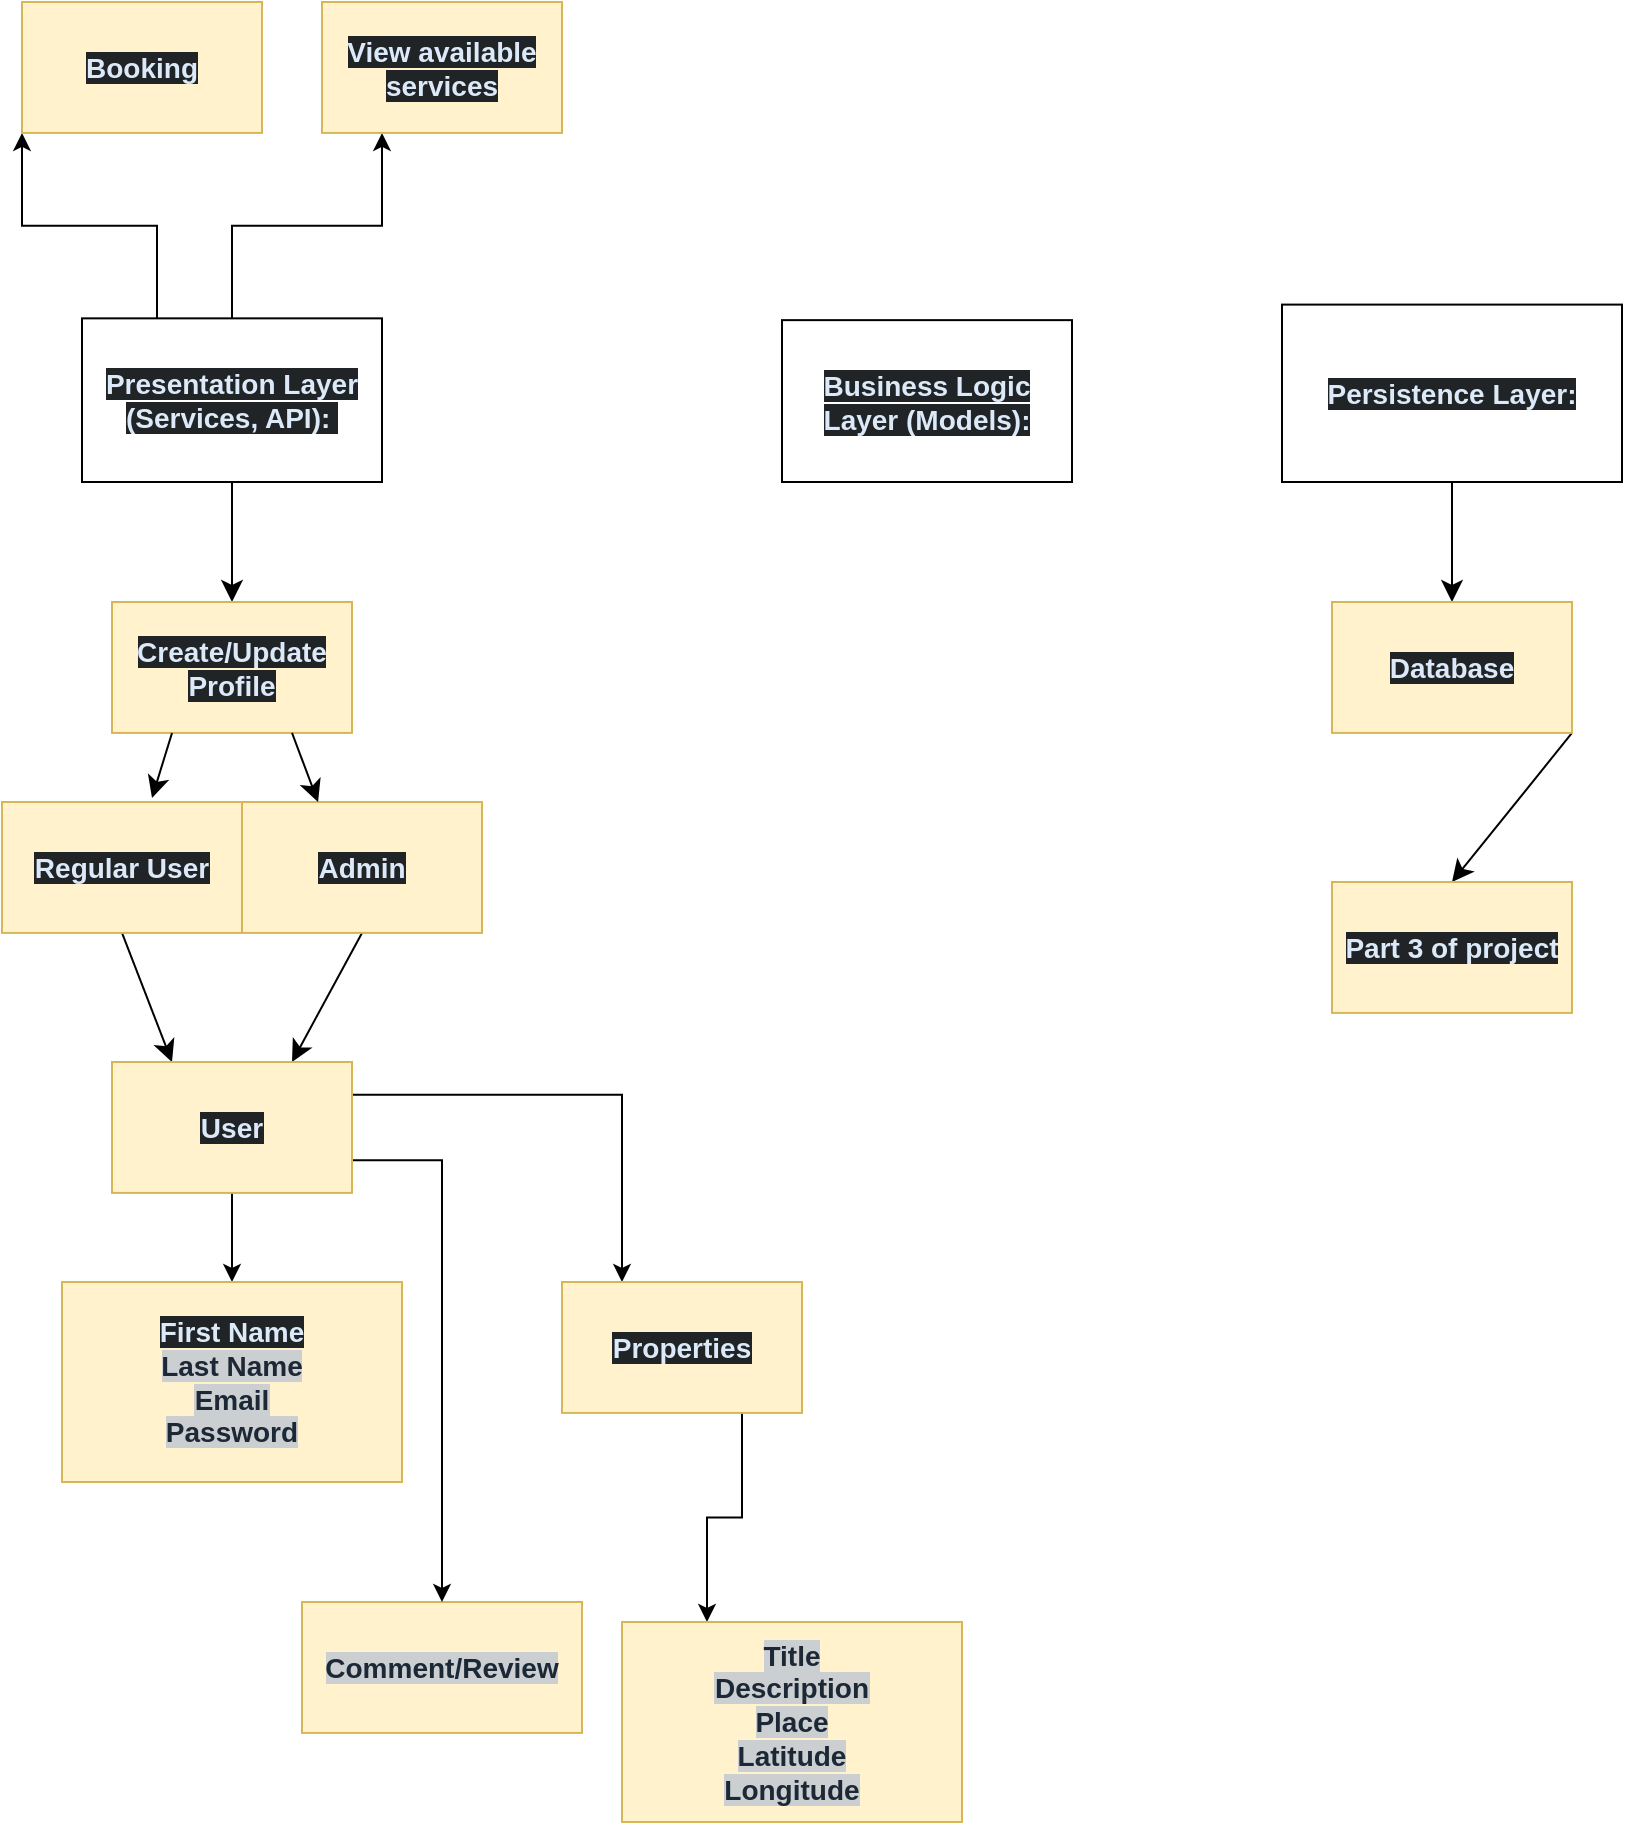
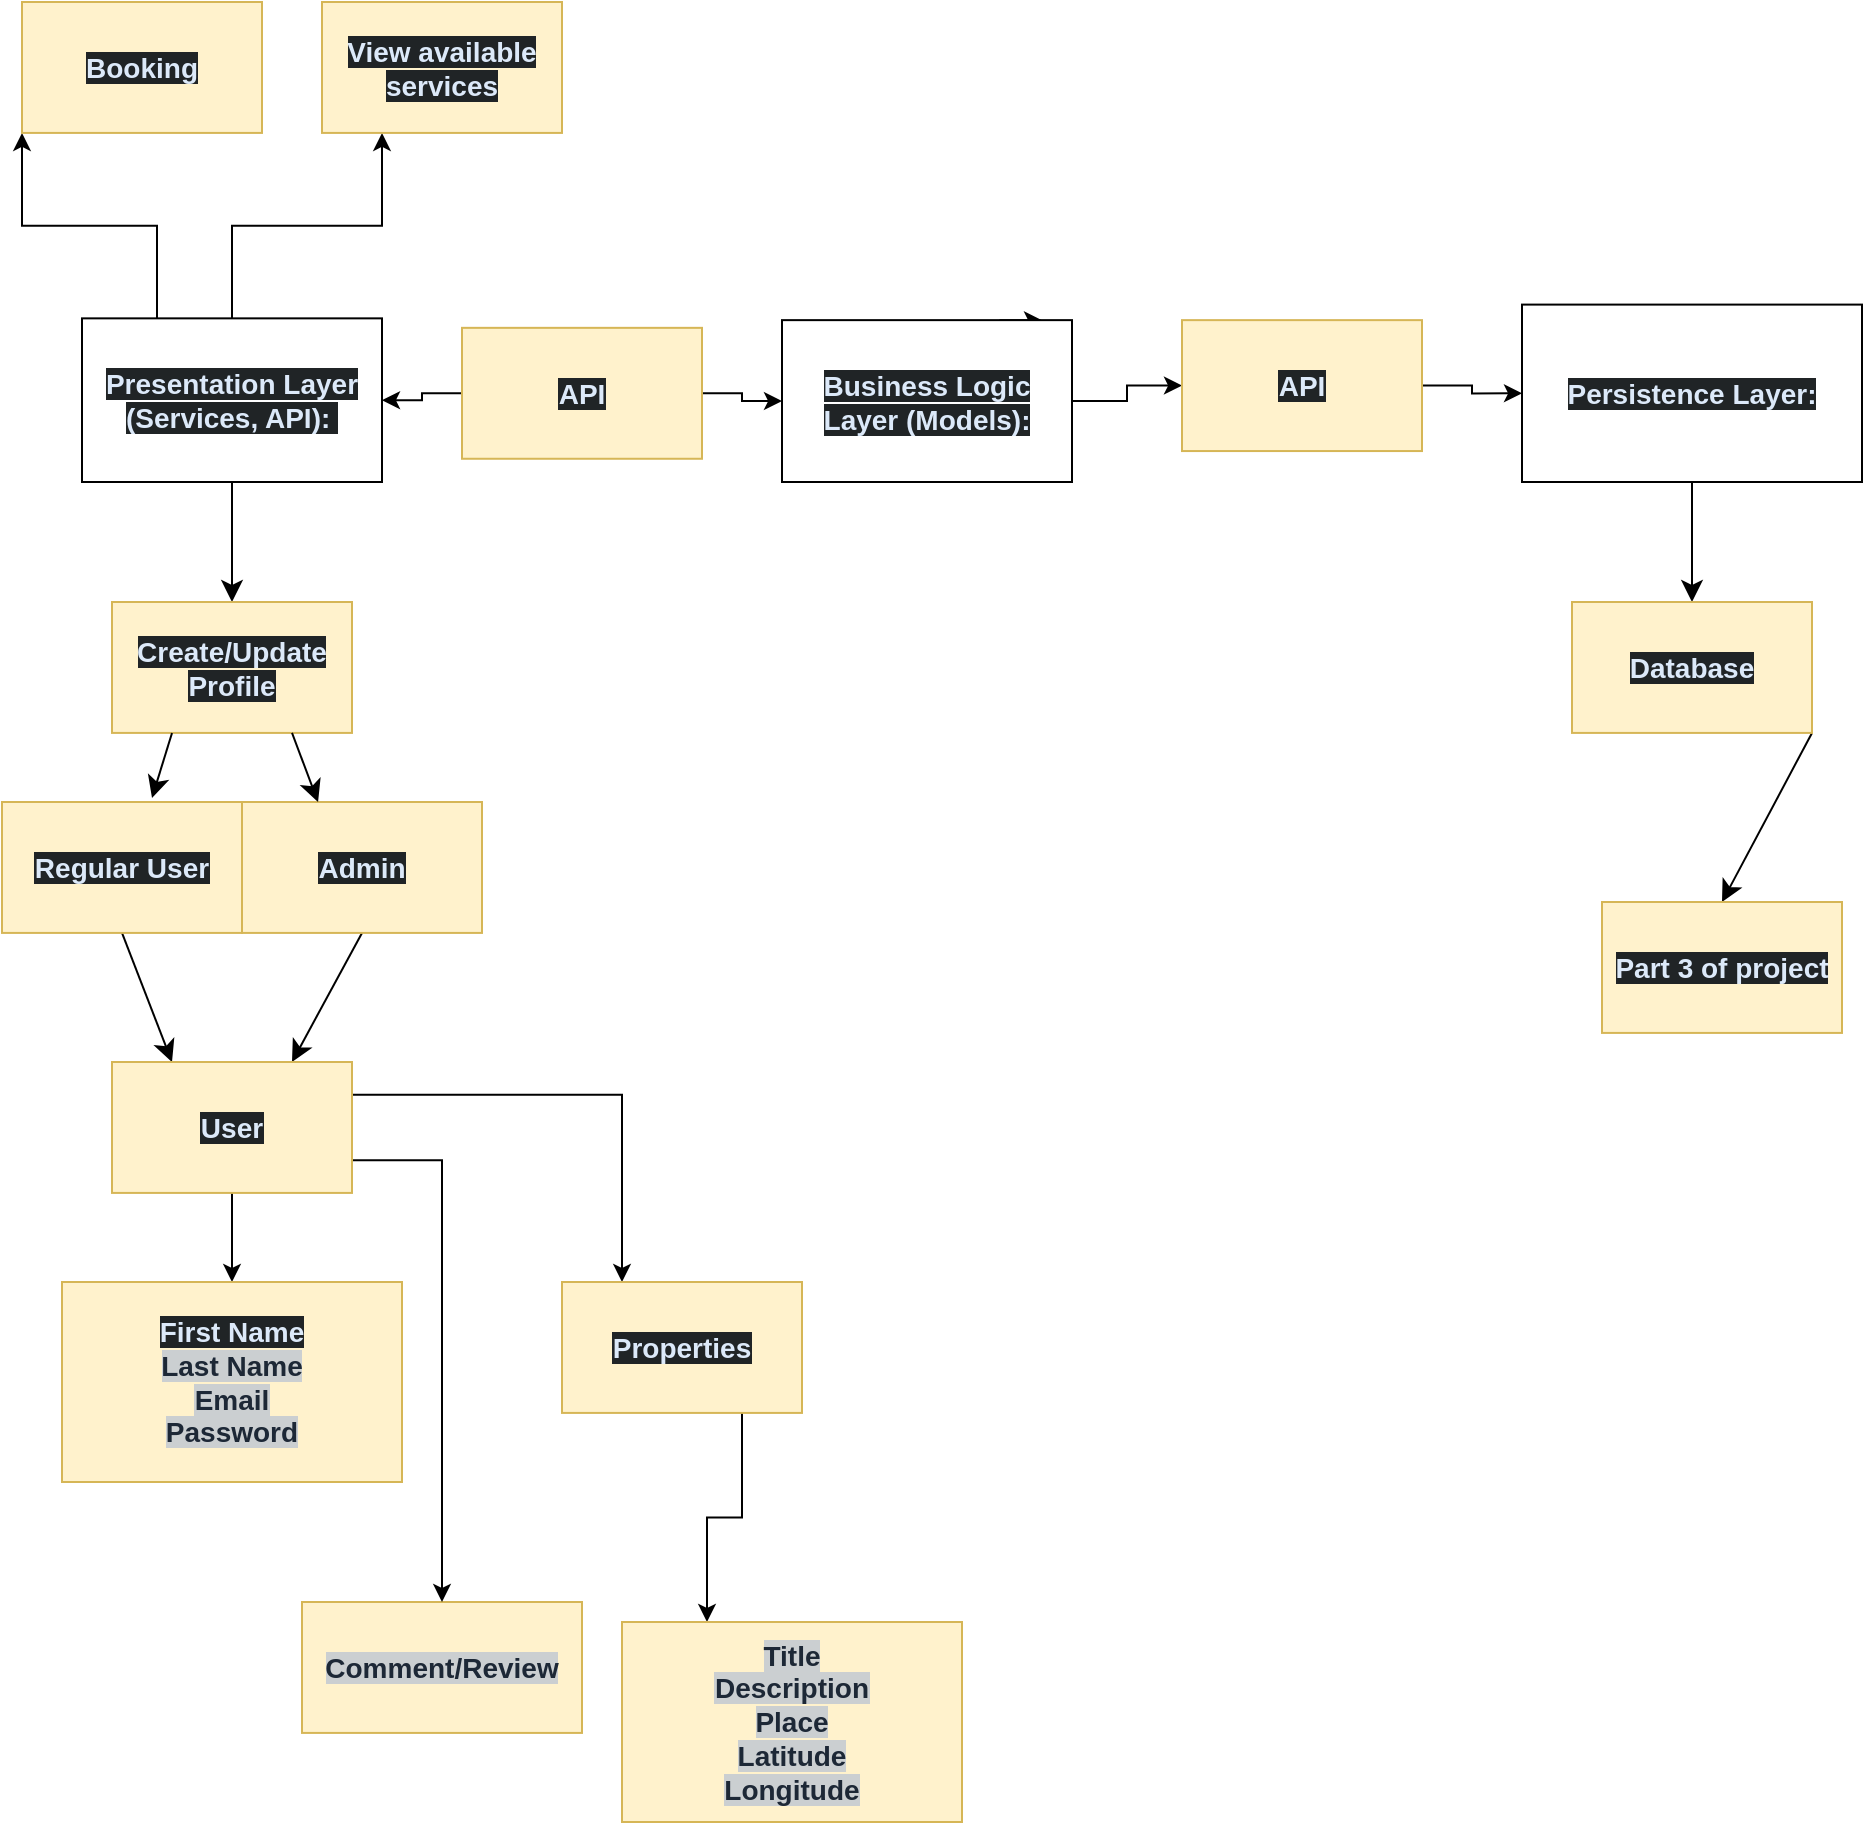
<mxfile host="app.diagrams.net">
  <diagram name="Page-1" id="-YqvBdWR7zro55ob8_1u">
    <mxGraphModel dx="1414" dy="795" grid="1" gridSize="10" guides="1" tooltips="1" connect="1" arrows="1" fold="1" page="1" pageScale="1" pageWidth="850" pageHeight="1100" math="0" shadow="0">
      <root>
        <mxCell id="0" />
        <mxCell id="1" parent="0" />
        <mxCell id="knfjWByLyRWuwcYY4K55-11" edge="1" parent="1" source="hUDn5ZNKDxH-Q9J3WyCt-1" style="edgeStyle=none;curved=1;rounded=0;orthogonalLoop=1;jettySize=auto;html=1;exitX=0.5;exitY=1;exitDx=0;exitDy=0;fontSize=12;startSize=8;endSize=8;" target="knfjWByLyRWuwcYY4K55-1">
          <mxGeometry relative="1" as="geometry" />
        </mxCell>
        <mxCell id="nrL1aRvaP8A3k5mvhdIb-1" edge="1" parent="1" source="hUDn5ZNKDxH-Q9J3WyCt-1" style="edgeStyle=orthogonalEdgeStyle;rounded=0;orthogonalLoop=1;jettySize=auto;html=1;exitX=0.25;exitY=0;exitDx=0;exitDy=0;entryX=0;entryY=1;entryDx=0;entryDy=0;" target="nDmQYND_-jVZAFU5oeKq-2">
          <mxGeometry relative="1" as="geometry" />
        </mxCell>
        <mxCell id="nrL1aRvaP8A3k5mvhdIb-2" edge="1" parent="1" source="hUDn5ZNKDxH-Q9J3WyCt-1" style="edgeStyle=orthogonalEdgeStyle;rounded=0;orthogonalLoop=1;jettySize=auto;html=1;exitX=0.5;exitY=0;exitDx=0;exitDy=0;entryX=0.25;entryY=1;entryDx=0;entryDy=0;" target="nDmQYND_-jVZAFU5oeKq-3">
          <mxGeometry relative="1" as="geometry" />
        </mxCell>
        <mxCell id="hUDn5ZNKDxH-Q9J3WyCt-1" parent="1" style="rounded=0;whiteSpace=wrap;html=1;" value="&lt;strong style=&quot;box-sizing: border-box; font-weight: bold; scrollbar-color: rgb(95, 99, 104) rgb(49, 54, 60); color: rgb(220, 233, 249); font-family: aktiv-grotesk, sans-serif; font-size: 14px; text-align: start; background-color: rgb(32, 36, 38);&quot;&gt;Presentation Layer (Services, API):&lt;/strong&gt;&lt;span style=&quot;color: rgb(220, 233, 249); font-family: aktiv-grotesk, sans-serif; font-size: 14px; text-align: start; background-color: rgb(32, 36, 38);&quot;&gt;&amp;nbsp;&lt;/span&gt;" vertex="1">
          <mxGeometry height="81.82" width="150" x="40" y="258.18" as="geometry" />
        </mxCell>
+         <mxCell id="nrL1aRvaP8A3k5mvhdIb-28" edge="1" parent="1" source="hUDn5ZNKDxH-Q9J3WyCt-2" style="edgeStyle=orthogonalEdgeStyle;rounded=0;orthogonalLoop=1;jettySize=auto;html=1;exitX=0.75;exitY=0;exitDx=0;exitDy=0;">
+           <mxGeometry relative="1" as="geometry">
+             <mxPoint x="520" y="259" as="targetPoint" />
+           </mxGeometry>
+         </mxCell>
+         <mxCell id="nrL1aRvaP8A3k5mvhdIb-29" edge="1" parent="1" source="hUDn5ZNKDxH-Q9J3WyCt-2" style="edgeStyle=orthogonalEdgeStyle;rounded=0;orthogonalLoop=1;jettySize=auto;html=1;exitX=1;exitY=0.5;exitDx=0;exitDy=0;entryX=0;entryY=0.5;entryDx=0;entryDy=0;" target="nrL1aRvaP8A3k5mvhdIb-25">
+           <mxGeometry relative="1" as="geometry" />
+         </mxCell>
        <mxCell id="hUDn5ZNKDxH-Q9J3WyCt-2" parent="1" style="rounded=0;whiteSpace=wrap;html=1;" value="&lt;strong style=&quot;box-sizing: border-box; font-weight: bold; scrollbar-color: rgb(95, 99, 104) rgb(49, 54, 60); color: rgb(220, 233, 249); font-family: aktiv-grotesk, sans-serif; font-size: 14px; text-align: start; background-color: rgb(32, 36, 38);&quot;&gt;Business Logic Layer (Models):&lt;/strong&gt;" vertex="1">
          <mxGeometry height="80.93" width="145" x="390" y="259.07" as="geometry" />
        </mxCell>
        <mxCell id="knfjWByLyRWuwcYY4K55-10" edge="1" parent="1" source="hUDn5ZNKDxH-Q9J3WyCt-3" style="edgeStyle=none;curved=1;rounded=0;orthogonalLoop=1;jettySize=auto;html=1;exitX=0.5;exitY=1;exitDx=0;exitDy=0;entryX=0.5;entryY=0;entryDx=0;entryDy=0;fontSize=12;startSize=8;endSize=8;" target="knfjWByLyRWuwcYY4K55-9">
          <mxGeometry relative="1" as="geometry" />
        </mxCell>
        <mxCell id="hUDn5ZNKDxH-Q9J3WyCt-3" parent="1" style="rounded=0;whiteSpace=wrap;html=1;" value="&lt;strong style=&quot;box-sizing: border-box; font-weight: bold; scrollbar-color: rgb(95, 99, 104) rgb(49, 54, 60); color: rgb(220, 233, 249); font-family: aktiv-grotesk, sans-serif; font-size: 14px; text-align: start; background-color: rgb(32, 36, 38);&quot;&gt;Persistence Layer:&lt;/strong&gt;" vertex="1">
-           <mxGeometry height="88.7" width="170" x="640" y="251.3" as="geometry" />
+           <mxGeometry height="88.7" width="170" x="760" y="251.3" as="geometry" />
        </mxCell>
        <mxCell id="nDmQYND_-jVZAFU5oeKq-2" parent="1" style="rounded=0;whiteSpace=wrap;html=1;fillColor=#fff2cc;strokeColor=#d6b656;" value="&lt;div style=&quot;text-align: start;&quot;&gt;&lt;font color=&quot;#dce9f9&quot; face=&quot;aktiv-grotesk, sans-serif&quot;&gt;&lt;span style=&quot;font-size: 14px; background-color: rgb(32, 36, 38);&quot;&gt;&lt;b&gt;Booking&lt;/b&gt;&lt;/span&gt;&lt;/font&gt;&lt;/div&gt;" vertex="1">
          <mxGeometry height="65.46" width="120" x="10" y="100" as="geometry" />
        </mxCell>
        <mxCell id="nDmQYND_-jVZAFU5oeKq-3" parent="1" style="rounded=0;whiteSpace=wrap;html=1;align=center;fillColor=#fff2cc;strokeColor=#d6b656;" value="&lt;div style=&quot;&quot;&gt;&lt;font color=&quot;#dce9f9&quot; face=&quot;aktiv-grotesk, sans-serif&quot;&gt;&lt;span style=&quot;font-size: 14px; background-color: rgb(32, 36, 38);&quot;&gt;&lt;b&gt;View available services&lt;/b&gt;&lt;/span&gt;&lt;/font&gt;&lt;/div&gt;" vertex="1">
          <mxGeometry height="65.46" width="120" x="160" y="100.00000000000003" as="geometry" />
        </mxCell>
        <mxCell id="nDmQYND_-jVZAFU5oeKq-4" parent="1" style="rounded=0;whiteSpace=wrap;html=1;align=center;fillColor=#fff2cc;strokeColor=#d6b656;" value="&lt;div style=&quot;&quot;&gt;&lt;font color=&quot;#1d2836&quot; face=&quot;aktiv-grotesk, sans-serif&quot;&gt;&lt;span style=&quot;font-size: 14px; background-color: rgb(203, 207, 209);&quot;&gt;&lt;b&gt;Comment/Review&lt;/b&gt;&lt;/span&gt;&lt;/font&gt;&lt;/div&gt;" vertex="1">
          <mxGeometry height="65.46" width="140" x="150" y="900" as="geometry" />
        </mxCell>
        <mxCell id="knfjWByLyRWuwcYY4K55-1" parent="1" style="rounded=0;whiteSpace=wrap;html=1;align=center;fillColor=#fff2cc;strokeColor=#d6b656;" value="&lt;div style=&quot;&quot;&gt;&lt;font color=&quot;#dce9f9&quot; face=&quot;aktiv-grotesk, sans-serif&quot;&gt;&lt;span style=&quot;font-size: 14px; background-color: rgb(32, 36, 38);&quot;&gt;&lt;b&gt;Create/Update Profile&lt;/b&gt;&lt;/span&gt;&lt;/font&gt;&lt;/div&gt;" vertex="1">
          <mxGeometry height="65.46" width="120" x="55" y="400" as="geometry" />
        </mxCell>
        <mxCell id="knfjWByLyRWuwcYY4K55-12" edge="1" parent="1" source="knfjWByLyRWuwcYY4K55-3" style="edgeStyle=none;curved=1;rounded=0;orthogonalLoop=1;jettySize=auto;html=1;exitX=0.5;exitY=1;exitDx=0;exitDy=0;entryX=0.25;entryY=0;entryDx=0;entryDy=0;fontSize=12;startSize=8;endSize=8;" target="knfjWByLyRWuwcYY4K55-7">
          <mxGeometry relative="1" as="geometry" />
        </mxCell>
        <mxCell id="knfjWByLyRWuwcYY4K55-3" parent="1" style="rounded=0;whiteSpace=wrap;html=1;align=center;fillColor=#fff2cc;strokeColor=#d6b656;" value="&lt;div style=&quot;&quot;&gt;&lt;font color=&quot;#dce9f9&quot; face=&quot;aktiv-grotesk, sans-serif&quot;&gt;&lt;span style=&quot;font-size: 14px; background-color: rgb(32, 36, 38);&quot;&gt;&lt;b&gt;Regular User&lt;/b&gt;&lt;/span&gt;&lt;/font&gt;&lt;/div&gt;" vertex="1">
          <mxGeometry height="65.46" width="120" y="500" as="geometry" />
        </mxCell>
        <mxCell id="knfjWByLyRWuwcYY4K55-13" edge="1" parent="1" source="knfjWByLyRWuwcYY4K55-4" style="edgeStyle=none;curved=1;rounded=0;orthogonalLoop=1;jettySize=auto;html=1;exitX=0.5;exitY=1;exitDx=0;exitDy=0;entryX=0.75;entryY=0;entryDx=0;entryDy=0;fontSize=12;startSize=8;endSize=8;" target="knfjWByLyRWuwcYY4K55-7">
          <mxGeometry relative="1" as="geometry" />
        </mxCell>
        <mxCell id="knfjWByLyRWuwcYY4K55-4" parent="1" style="rounded=0;whiteSpace=wrap;html=1;align=center;fillColor=#fff2cc;strokeColor=#d6b656;" value="&lt;div style=&quot;&quot;&gt;&lt;font color=&quot;#dce9f9&quot; face=&quot;aktiv-grotesk, sans-serif&quot;&gt;&lt;span style=&quot;font-size: 14px; background-color: rgb(32, 36, 38);&quot;&gt;&lt;b&gt;Admin&lt;/b&gt;&lt;/span&gt;&lt;/font&gt;&lt;/div&gt;" vertex="1">
          <mxGeometry height="65.46" width="120" x="120" y="500" as="geometry" />
        </mxCell>
        <mxCell id="knfjWByLyRWuwcYY4K55-5" edge="1" parent="1" source="knfjWByLyRWuwcYY4K55-1" style="edgeStyle=none;curved=1;rounded=0;orthogonalLoop=1;jettySize=auto;html=1;exitX=0.25;exitY=1;exitDx=0;exitDy=0;entryX=0.625;entryY=-0.031;entryDx=0;entryDy=0;entryPerimeter=0;fontSize=12;startSize=8;endSize=8;" target="knfjWByLyRWuwcYY4K55-3">
          <mxGeometry relative="1" as="geometry" />
        </mxCell>
        <mxCell id="knfjWByLyRWuwcYY4K55-6" edge="1" parent="1" source="knfjWByLyRWuwcYY4K55-1" style="edgeStyle=none;curved=1;rounded=0;orthogonalLoop=1;jettySize=auto;html=1;exitX=0.75;exitY=1;exitDx=0;exitDy=0;entryX=0.317;entryY=0;entryDx=0;entryDy=0;entryPerimeter=0;fontSize=12;startSize=8;endSize=8;" target="knfjWByLyRWuwcYY4K55-4">
          <mxGeometry relative="1" as="geometry" />
        </mxCell>
        <mxCell id="nrL1aRvaP8A3k5mvhdIb-16" edge="1" parent="1" source="knfjWByLyRWuwcYY4K55-7" style="edgeStyle=orthogonalEdgeStyle;rounded=0;orthogonalLoop=1;jettySize=auto;html=1;exitX=0.5;exitY=1;exitDx=0;exitDy=0;entryX=0.5;entryY=0;entryDx=0;entryDy=0;" target="nrL1aRvaP8A3k5mvhdIb-10">
          <mxGeometry relative="1" as="geometry" />
        </mxCell>
        <mxCell id="nrL1aRvaP8A3k5mvhdIb-18" edge="1" parent="1" source="knfjWByLyRWuwcYY4K55-7" style="edgeStyle=orthogonalEdgeStyle;rounded=0;orthogonalLoop=1;jettySize=auto;html=1;exitX=1;exitY=0.75;exitDx=0;exitDy=0;entryX=0.5;entryY=0;entryDx=0;entryDy=0;" target="nDmQYND_-jVZAFU5oeKq-4">
          <mxGeometry relative="1" as="geometry" />
        </mxCell>
        <mxCell id="nrL1aRvaP8A3k5mvhdIb-19" edge="1" parent="1" source="knfjWByLyRWuwcYY4K55-7" style="edgeStyle=orthogonalEdgeStyle;rounded=0;orthogonalLoop=1;jettySize=auto;html=1;exitX=1;exitY=0.25;exitDx=0;exitDy=0;entryX=0.25;entryY=0;entryDx=0;entryDy=0;" target="nrL1aRvaP8A3k5mvhdIb-3">
          <mxGeometry relative="1" as="geometry" />
        </mxCell>
        <mxCell id="knfjWByLyRWuwcYY4K55-7" parent="1" style="rounded=0;whiteSpace=wrap;html=1;align=center;fillColor=#fff2cc;strokeColor=#d6b656;" value="&lt;div style=&quot;&quot;&gt;&lt;font color=&quot;#dce9f9&quot; face=&quot;aktiv-grotesk, sans-serif&quot;&gt;&lt;span style=&quot;font-size: 14px; background-color: rgb(32, 36, 38);&quot;&gt;&lt;b&gt;User&lt;/b&gt;&lt;/span&gt;&lt;/font&gt;&lt;/div&gt;" vertex="1">
          <mxGeometry height="65.46" width="120" x="55" y="630" as="geometry" />
        </mxCell>
        <mxCell id="knfjWByLyRWuwcYY4K55-16" edge="1" parent="1" source="knfjWByLyRWuwcYY4K55-9" style="edgeStyle=none;curved=1;rounded=0;orthogonalLoop=1;jettySize=auto;html=1;exitX=1;exitY=1;exitDx=0;exitDy=0;entryX=0.5;entryY=0;entryDx=0;entryDy=0;fontSize=12;startSize=8;endSize=8;" target="knfjWByLyRWuwcYY4K55-14">
          <mxGeometry relative="1" as="geometry" />
        </mxCell>
        <mxCell id="knfjWByLyRWuwcYY4K55-9" parent="1" style="rounded=0;whiteSpace=wrap;html=1;align=center;fillColor=#fff2cc;strokeColor=#d6b656;" value="&lt;div style=&quot;&quot;&gt;&lt;font color=&quot;#dce9f9&quot; face=&quot;aktiv-grotesk, sans-serif&quot;&gt;&lt;span style=&quot;font-size: 14px; background-color: rgb(32, 36, 38);&quot;&gt;&lt;b&gt;Database&lt;/b&gt;&lt;/span&gt;&lt;/font&gt;&lt;/div&gt;" vertex="1">
-           <mxGeometry height="65.46" width="120" x="665" y="400" as="geometry" />
+           <mxGeometry height="65.46" width="120" x="785" y="400" as="geometry" />
        </mxCell>
        <mxCell id="knfjWByLyRWuwcYY4K55-14" parent="1" style="rounded=0;whiteSpace=wrap;html=1;align=center;fillColor=#fff2cc;strokeColor=#d6b656;" value="&lt;div style=&quot;&quot;&gt;&lt;font color=&quot;#dce9f9&quot; face=&quot;aktiv-grotesk, sans-serif&quot;&gt;&lt;span style=&quot;font-size: 14px; background-color: rgb(32, 36, 38);&quot;&gt;&lt;b&gt;Part 3 of project&lt;/b&gt;&lt;/span&gt;&lt;/font&gt;&lt;/div&gt;" vertex="1">
-           <mxGeometry height="65.46" width="120" x="665" y="540" as="geometry" />
+           <mxGeometry height="65.46" width="120" x="800" y="550" as="geometry" />
        </mxCell>
        <mxCell id="nrL1aRvaP8A3k5mvhdIb-23" edge="1" parent="1" source="nrL1aRvaP8A3k5mvhdIb-3" style="edgeStyle=orthogonalEdgeStyle;rounded=0;orthogonalLoop=1;jettySize=auto;html=1;exitX=0.75;exitY=1;exitDx=0;exitDy=0;entryX=0.25;entryY=0;entryDx=0;entryDy=0;" target="nrL1aRvaP8A3k5mvhdIb-20">
          <mxGeometry relative="1" as="geometry" />
        </mxCell>
        <mxCell id="nrL1aRvaP8A3k5mvhdIb-3" parent="1" style="rounded=0;whiteSpace=wrap;html=1;align=center;fillColor=#fff2cc;strokeColor=#d6b656;" value="&lt;div style=&quot;&quot;&gt;&lt;font color=&quot;#dce9f9&quot; face=&quot;aktiv-grotesk, sans-serif&quot;&gt;&lt;span style=&quot;font-size: 14px; background-color: rgb(32, 36, 38);&quot;&gt;&lt;b&gt;Properties&lt;/b&gt;&lt;/span&gt;&lt;/font&gt;&lt;/div&gt;" vertex="1">
          <mxGeometry height="65.46" width="120" x="280" y="740" as="geometry" />
        </mxCell>
        <mxCell id="nrL1aRvaP8A3k5mvhdIb-10" parent="1" style="rounded=0;whiteSpace=wrap;html=1;align=center;fillColor=#fff2cc;strokeColor=#d6b656;" value="&lt;div style=&quot;&quot;&gt;&lt;font color=&quot;#dce9f9&quot; face=&quot;aktiv-grotesk, sans-serif&quot;&gt;&lt;span style=&quot;font-size: 14px; background-color: rgb(32, 36, 38);&quot;&gt;&lt;b&gt;First Name&lt;/b&gt;&lt;/span&gt;&lt;/font&gt;&lt;/div&gt;&lt;div style=&quot;&quot;&gt;&lt;font color=&quot;#1d2836&quot; face=&quot;aktiv-grotesk, sans-serif&quot;&gt;&lt;span style=&quot;font-size: 14px; background-color: rgb(203, 207, 209);&quot;&gt;&lt;b&gt;Last Name&lt;/b&gt;&lt;/span&gt;&lt;/font&gt;&lt;/div&gt;&lt;div style=&quot;&quot;&gt;&lt;font color=&quot;#1d2836&quot; face=&quot;aktiv-grotesk, sans-serif&quot;&gt;&lt;span style=&quot;font-size: 14px; background-color: rgb(203, 207, 209);&quot;&gt;&lt;b&gt;Email&lt;/b&gt;&lt;/span&gt;&lt;/font&gt;&lt;/div&gt;&lt;div style=&quot;&quot;&gt;&lt;font color=&quot;#1d2836&quot; face=&quot;aktiv-grotesk, sans-serif&quot;&gt;&lt;span style=&quot;font-size: 14px; background-color: rgb(203, 207, 209);&quot;&gt;&lt;b&gt;Password&lt;/b&gt;&lt;/span&gt;&lt;/font&gt;&lt;/div&gt;" vertex="1">
          <mxGeometry height="100" width="170" x="30" y="740" as="geometry" />
        </mxCell>
        <mxCell id="nrL1aRvaP8A3k5mvhdIb-20" parent="1" style="rounded=0;whiteSpace=wrap;html=1;align=center;fillColor=#fff2cc;strokeColor=#d6b656;" value="&lt;div style=&quot;&quot;&gt;&lt;font color=&quot;#1d2836&quot; face=&quot;aktiv-grotesk, sans-serif&quot;&gt;&lt;span style=&quot;font-size: 14px; background-color: rgb(203, 207, 209);&quot;&gt;&lt;b&gt;Title&lt;/b&gt;&lt;/span&gt;&lt;/font&gt;&lt;/div&gt;&lt;div style=&quot;&quot;&gt;&lt;font color=&quot;#1d2836&quot; face=&quot;aktiv-grotesk, sans-serif&quot;&gt;&lt;span style=&quot;font-size: 14px; background-color: rgb(203, 207, 209);&quot;&gt;&lt;b&gt;Description&lt;/b&gt;&lt;/span&gt;&lt;/font&gt;&lt;/div&gt;&lt;div style=&quot;&quot;&gt;&lt;font color=&quot;#1d2836&quot; face=&quot;aktiv-grotesk, sans-serif&quot;&gt;&lt;span style=&quot;font-size: 14px; background-color: rgb(203, 207, 209);&quot;&gt;&lt;b&gt;Place&lt;/b&gt;&lt;/span&gt;&lt;/font&gt;&lt;/div&gt;&lt;div style=&quot;&quot;&gt;&lt;font color=&quot;#1d2836&quot; face=&quot;aktiv-grotesk, sans-serif&quot;&gt;&lt;span style=&quot;font-size: 14px; background-color: rgb(203, 207, 209);&quot;&gt;&lt;b&gt;Latitude&lt;/b&gt;&lt;/span&gt;&lt;/font&gt;&lt;/div&gt;&lt;div style=&quot;&quot;&gt;&lt;font color=&quot;#1d2836&quot; face=&quot;aktiv-grotesk, sans-serif&quot;&gt;&lt;span style=&quot;font-size: 14px; background-color: rgb(203, 207, 209);&quot;&gt;&lt;b&gt;Longitude&lt;/b&gt;&lt;/span&gt;&lt;/font&gt;&lt;/div&gt;" vertex="1">
          <mxGeometry height="100" width="170" x="310" y="910" as="geometry" />
        </mxCell>
+         <mxCell id="nrL1aRvaP8A3k5mvhdIb-26" edge="1" parent="1" source="nrL1aRvaP8A3k5mvhdIb-24" style="edgeStyle=orthogonalEdgeStyle;rounded=0;orthogonalLoop=1;jettySize=auto;html=1;exitX=1;exitY=0.5;exitDx=0;exitDy=0;" target="hUDn5ZNKDxH-Q9J3WyCt-2">
+           <mxGeometry relative="1" as="geometry" />
+         </mxCell>
+         <mxCell id="nrL1aRvaP8A3k5mvhdIb-27" edge="1" parent="1" source="nrL1aRvaP8A3k5mvhdIb-24" style="edgeStyle=orthogonalEdgeStyle;rounded=0;orthogonalLoop=1;jettySize=auto;html=1;exitX=0;exitY=0.5;exitDx=0;exitDy=0;entryX=1;entryY=0.5;entryDx=0;entryDy=0;" target="hUDn5ZNKDxH-Q9J3WyCt-1">
+           <mxGeometry relative="1" as="geometry" />
+         </mxCell>
+         <mxCell id="nrL1aRvaP8A3k5mvhdIb-24" parent="1" style="rounded=0;whiteSpace=wrap;html=1;align=center;fillColor=#fff2cc;strokeColor=#d6b656;" value="&lt;div style=&quot;&quot;&gt;&lt;font color=&quot;#dce9f9&quot; face=&quot;aktiv-grotesk, sans-serif&quot;&gt;&lt;span style=&quot;font-size: 14px; background-color: rgb(32, 36, 38);&quot;&gt;&lt;b&gt;API&lt;/b&gt;&lt;/span&gt;&lt;/font&gt;&lt;/div&gt;" vertex="1">
+           <mxGeometry height="65.46" width="120" x="230" y="262.91999999999996" as="geometry" />
+         </mxCell>
+         <mxCell id="nrL1aRvaP8A3k5mvhdIb-30" edge="1" parent="1" source="nrL1aRvaP8A3k5mvhdIb-25" style="edgeStyle=orthogonalEdgeStyle;rounded=0;orthogonalLoop=1;jettySize=auto;html=1;exitX=1;exitY=0.5;exitDx=0;exitDy=0;entryX=0;entryY=0.5;entryDx=0;entryDy=0;" target="hUDn5ZNKDxH-Q9J3WyCt-3">
+           <mxGeometry relative="1" as="geometry" />
+         </mxCell>
+         <mxCell id="nrL1aRvaP8A3k5mvhdIb-25" parent="1" style="rounded=0;whiteSpace=wrap;html=1;align=center;fillColor=#fff2cc;strokeColor=#d6b656;" value="&lt;div style=&quot;&quot;&gt;&lt;font color=&quot;#dce9f9&quot; face=&quot;aktiv-grotesk, sans-serif&quot;&gt;&lt;span style=&quot;font-size: 14px; background-color: rgb(32, 36, 38);&quot;&gt;&lt;b&gt;API&lt;/b&gt;&lt;/span&gt;&lt;/font&gt;&lt;/div&gt;" vertex="1">
+           <mxGeometry height="65.46" width="120" x="590" y="259.07" as="geometry" />
+         </mxCell>
      </root>
    </mxGraphModel>
  </diagram>
</mxfile>
